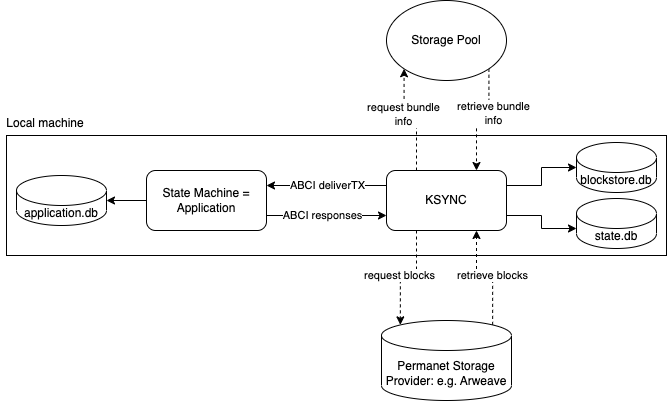
Earlier version of the draw.io export assets/db_sync.png (KYVENetwork/ksync). Source tidied: cells renumbered, new cells last; positions are measured from the earlier drawing's top-left corner, leaving out a move shared by most shapes. Source of this version:
```xml
<mxGraphModel>
  <root>
    <mxCell id="0" />
    <mxCell id="1" parent="0" />
    <mxCell id="2" style="rounded=0;whiteSpace=wrap;html=1;" parent="1" vertex="1">
      <mxGeometry x="6" y="135" width="660" height="120" as="geometry" />
    </mxCell>
    <mxCell id="3" style="edgeStyle=orthogonalEdgeStyle;rounded=0;jettySize=auto;html=1;exitX=1;exitY=0.75;exitDx=0;exitDy=0;entryX=0;entryY=0.75;entryDx=0;entryDy=0;" parent="1" edge="1" source="6" target="15">
      <mxGeometry relative="1" as="geometry" />
    </mxCell>
    <mxCell id="4" value="ABCI responses" style="edgeLabel;html=1;align=center;verticalAlign=middle;" parent="3" vertex="1">
      <mxGeometry x="-0.08" y="3" relative="1" as="geometry">
        <mxPoint y="2" as="offset" />
      </mxGeometry>
    </mxCell>
    <mxCell id="5" style="edgeStyle=orthogonalEdgeStyle;rounded=0;jettySize=auto;html=1;exitX=0;exitY=0.5;exitDx=0;exitDy=0;entryX=1;entryY=0.5;entryDx=0;entryDy=0;entryPerimeter=0;" parent="1" edge="1" source="6" target="25">
      <mxGeometry relative="1" as="geometry" />
    </mxCell>
    <mxCell id="6" value="State Machine = Application" style="rounded=1;whiteSpace=wrap;html=1;" parent="1" vertex="1">
      <mxGeometry x="146" y="170" width="120" height="60" as="geometry" />
    </mxCell>
    <mxCell id="7" style="edgeStyle=orthogonalEdgeStyle;rounded=0;jettySize=auto;html=1;exitX=0;exitY=0.25;exitDx=0;exitDy=0;entryX=1;entryY=0.25;entryDx=0;entryDy=0;" parent="1" edge="1" source="15" target="6">
      <mxGeometry relative="1" as="geometry" />
    </mxCell>
    <mxCell id="8" value="ABCI deliverTX" style="edgeLabel;html=1;align=center;verticalAlign=middle;" parent="7" vertex="1">
      <mxGeometry x="0.28" y="-1" relative="1" as="geometry">
        <mxPoint x="17" as="offset" />
      </mxGeometry>
    </mxCell>
    <mxCell id="9" style="edgeStyle=orthogonalEdgeStyle;rounded=0;jettySize=auto;html=1;exitX=0.25;exitY=1;exitDx=0;exitDy=0;entryX=0.145;entryY=0;entryDx=0;entryDy=4.35;entryPerimeter=0;dashed=1;" parent="1" edge="1" source="15" target="18">
      <mxGeometry relative="1" as="geometry" />
    </mxCell>
    <mxCell id="10" value="request blocks" style="edgeLabel;html=1;align=center;verticalAlign=middle;" parent="9" vertex="1">
      <mxGeometry x="-0.01" y="-1" relative="1" as="geometry">
        <mxPoint x="-8" as="offset" />
      </mxGeometry>
    </mxCell>
    <mxCell id="11" style="edgeStyle=orthogonalEdgeStyle;rounded=0;jettySize=auto;html=1;exitX=0.25;exitY=0;exitDx=0;exitDy=0;entryX=0;entryY=1;entryDx=0;entryDy=0;dashed=1;" parent="1" edge="1" source="15" target="21">
      <mxGeometry relative="1" as="geometry" />
    </mxCell>
    <mxCell id="12" value="request bundle&lt;br&gt;info" style="edgeLabel;html=1;align=center;verticalAlign=middle;" parent="11" vertex="1">
      <mxGeometry x="-0.05" y="-1" relative="1" as="geometry">
        <mxPoint x="-4" y="-11" as="offset" />
      </mxGeometry>
    </mxCell>
    <mxCell id="13" style="edgeStyle=orthogonalEdgeStyle;rounded=0;jettySize=auto;html=1;exitX=1;exitY=0.25;exitDx=0;exitDy=0;entryX=0;entryY=0.5;entryDx=0;entryDy=0;entryPerimeter=0;" parent="1" edge="1" source="15" target="23">
      <mxGeometry relative="1" as="geometry" />
    </mxCell>
    <mxCell id="14" style="edgeStyle=orthogonalEdgeStyle;rounded=0;jettySize=auto;html=1;exitX=1;exitY=0.75;exitDx=0;exitDy=0;entryX=0;entryY=0;entryDx=0;entryDy=30;entryPerimeter=0;" parent="1" edge="1" source="15" target="24">
      <mxGeometry relative="1" as="geometry" />
    </mxCell>
    <mxCell id="15" value="KSYNC" style="rounded=1;whiteSpace=wrap;html=1;" parent="1" vertex="1">
      <mxGeometry x="386" y="170" width="120" height="60" as="geometry" />
    </mxCell>
    <mxCell id="16" style="edgeStyle=orthogonalEdgeStyle;rounded=0;jettySize=auto;html=1;exitX=0.855;exitY=0;exitDx=0;exitDy=4.35;exitPerimeter=0;entryX=0.75;entryY=1;entryDx=0;entryDy=0;dashed=1;" parent="1" edge="1" source="18" target="15">
      <mxGeometry relative="1" as="geometry" />
    </mxCell>
    <mxCell id="17" value="retrieve blocks" style="edgeLabel;html=1;align=center;verticalAlign=middle;" parent="16" vertex="1">
      <mxGeometry x="0.04" y="-1" relative="1" as="geometry">
        <mxPoint x="7" as="offset" />
      </mxGeometry>
    </mxCell>
    <mxCell id="18" value="Permanet Storage Provider: e.g. Arweave" style="shape=cylinder3;whiteSpace=wrap;html=1;boundedLbl=1;backgroundOutline=1;size=15;" parent="1" vertex="1">
      <mxGeometry x="381" y="320" width="130" height="80" as="geometry" />
    </mxCell>
    <mxCell id="19" style="edgeStyle=orthogonalEdgeStyle;rounded=0;jettySize=auto;html=1;exitX=1;exitY=1;exitDx=0;exitDy=0;entryX=0.75;entryY=0;entryDx=0;entryDy=0;dashed=1;" parent="1" edge="1" source="21" target="15">
      <mxGeometry relative="1" as="geometry" />
    </mxCell>
    <mxCell id="20" value="retrieve bundle&lt;br&gt;info" style="edgeLabel;html=1;align=center;verticalAlign=middle;" parent="19" vertex="1">
      <mxGeometry x="-0.1" y="-3" relative="1" as="geometry">
        <mxPoint x="7" y="-7" as="offset" />
      </mxGeometry>
    </mxCell>
    <mxCell id="21" value="Storage Pool" style="ellipse;whiteSpace=wrap;html=1;" parent="1" vertex="1">
      <mxGeometry x="386" width="120" height="80" as="geometry" />
    </mxCell>
    <mxCell id="22" value="Local machine" style="text;html=1;strokeColor=none;fillColor=none;align=center;verticalAlign=middle;whiteSpace=wrap;rounded=0;" parent="1" vertex="1">
      <mxGeometry y="108" width="90" height="30" as="geometry" />
    </mxCell>
    <mxCell id="23" value="blockstore.db" style="shape=cylinder3;whiteSpace=wrap;html=1;boundedLbl=1;backgroundOutline=1;size=15;" parent="1" vertex="1">
      <mxGeometry x="576" y="142" width="80" height="50" as="geometry" />
    </mxCell>
    <mxCell id="24" value="state.db" style="shape=cylinder3;whiteSpace=wrap;html=1;boundedLbl=1;backgroundOutline=1;size=15;" parent="1" vertex="1">
      <mxGeometry x="576" y="198" width="80" height="50" as="geometry" />
    </mxCell>
    <mxCell id="25" value="application.db" style="shape=cylinder3;whiteSpace=wrap;html=1;boundedLbl=1;backgroundOutline=1;size=15;" parent="1" vertex="1">
      <mxGeometry x="16" y="175" width="90" height="50" as="geometry" />
    </mxCell>
  </root>
</mxGraphModel>
```
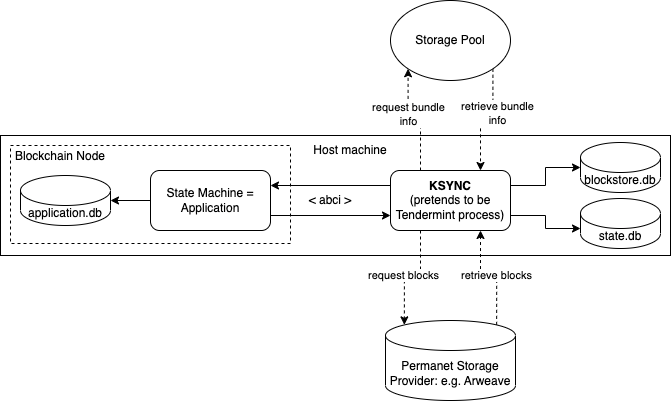
Later version of the same file.

Commit message:
updated architecture diagrams

What changed in the source:
```diff
@@ -3,88 +3,87 @@
     <mxCell id="0" />
     <mxCell id="1" parent="0" />
     <mxCell id="2" style="rounded=0;whiteSpace=wrap;html=1;" parent="1" vertex="1">
-      <mxGeometry x="6" y="135" width="660" height="120" as="geometry" />
+      <mxGeometry x="-4" y="135" width="670" height="120" as="geometry" />
     </mxCell>
-    <mxCell id="3" style="edgeStyle=orthogonalEdgeStyle;rounded=0;jettySize=auto;html=1;exitX=1;exitY=0.75;exitDx=0;exitDy=0;entryX=0;entryY=0.75;entryDx=0;entryDy=0;" parent="1" edge="1" source="6" target="15">
+    <mxCell id="3" style="edgeStyle=orthogonalEdgeStyle;rounded=0;jettySize=auto;html=1;exitX=1;exitY=0.75;exitDx=0;exitDy=0;entryX=0;entryY=0.75;entryDx=0;entryDy=0;" parent="1" edge="1" source="5" target="13">
       <mxGeometry relative="1" as="geometry" />
     </mxCell>
-    <mxCell id="4" value="ABCI responses" style="edgeLabel;html=1;align=center;verticalAlign=middle;" parent="3" vertex="1">
-      <mxGeometry x="-0.08" y="3" relative="1" as="geometry">
-        <mxPoint y="2" as="offset" />
-      </mxGeometry>
+    <mxCell id="4" style="edgeStyle=orthogonalEdgeStyle;rounded=0;jettySize=auto;html=1;exitX=0;exitY=0.5;exitDx=0;exitDy=0;entryX=1;entryY=0.5;entryDx=0;entryDy=0;entryPerimeter=0;" parent="1" edge="1" source="5" target="23">
+      <mxGeometry relative="1" as="geometry" />
     </mxCell>
-    <mxCell id="5" style="edgeStyle=orthogonalEdgeStyle;rounded=0;jettySize=auto;html=1;exitX=0;exitY=0.5;exitDx=0;exitDy=0;entryX=1;entryY=0.5;entryDx=0;entryDy=0;entryPerimeter=0;" parent="1" edge="1" source="6" target="25">
-      <mxGeometry relative="1" as="geometry" />
+    <mxCell id="5" value="State Machine = Application" style="rounded=1;whiteSpace=wrap;html=1;" parent="1" vertex="1">
+      <mxGeometry x="146" y="170" width="120" height="60" as="geometry" />
     </mxCell>
-    <mxCell id="6" value="State Machine = Application" style="rounded=1;whiteSpace=wrap;html=1;" parent="1" vertex="1">
-      <mxGeometry x="146" y="170" width="120" height="60" as="geometry" />
+    <mxCell id="6" style="edgeStyle=orthogonalEdgeStyle;rounded=0;jettySize=auto;html=1;exitX=0;exitY=0.25;exitDx=0;exitDy=0;entryX=1;entryY=0.25;entryDx=0;entryDy=0;" parent="1" edge="1" source="13" target="5">
+      <mxGeometry relative="1" as="geometry" />
     </mxCell>
-    <mxCell id="7" style="edgeStyle=orthogonalEdgeStyle;rounded=0;jettySize=auto;html=1;exitX=0;exitY=0.25;exitDx=0;exitDy=0;entryX=1;entryY=0.25;entryDx=0;entryDy=0;" parent="1" edge="1" source="15" target="6">
+    <mxCell id="7" style="edgeStyle=orthogonalEdgeStyle;rounded=0;jettySize=auto;html=1;exitX=0.25;exitY=1;exitDx=0;exitDy=0;entryX=0.145;entryY=0;entryDx=0;entryDy=4.35;entryPerimeter=0;dashed=1;" parent="1" edge="1" source="13" target="16">
       <mxGeometry relative="1" as="geometry" />
     </mxCell>
-    <mxCell id="8" value="ABCI deliverTX" style="edgeLabel;html=1;align=center;verticalAlign=middle;" parent="7" vertex="1">
-      <mxGeometry x="0.28" y="-1" relative="1" as="geometry">
-        <mxPoint x="17" as="offset" />
+    <mxCell id="8" value="request blocks" style="edgeLabel;html=1;align=center;verticalAlign=middle;" parent="7" vertex="1">
+      <mxGeometry x="-0.01" y="-1" relative="1" as="geometry">
+        <mxPoint x="-8" as="offset" />
       </mxGeometry>
     </mxCell>
-    <mxCell id="9" style="edgeStyle=orthogonalEdgeStyle;rounded=0;jettySize=auto;html=1;exitX=0.25;exitY=1;exitDx=0;exitDy=0;entryX=0.145;entryY=0;entryDx=0;entryDy=4.35;entryPerimeter=0;dashed=1;" parent="1" edge="1" source="15" target="18">
+    <mxCell id="9" style="edgeStyle=orthogonalEdgeStyle;rounded=0;jettySize=auto;html=1;exitX=0.25;exitY=0;exitDx=0;exitDy=0;entryX=0;entryY=1;entryDx=0;entryDy=0;dashed=1;" parent="1" edge="1" source="13" target="19">
       <mxGeometry relative="1" as="geometry" />
     </mxCell>
-    <mxCell id="10" value="request blocks" style="edgeLabel;html=1;align=center;verticalAlign=middle;" parent="9" vertex="1">
-      <mxGeometry x="-0.01" y="-1" relative="1" as="geometry">
-        <mxPoint x="-8" as="offset" />
+    <mxCell id="10" value="request bundle&lt;br&gt;info" style="edgeLabel;html=1;align=center;verticalAlign=middle;" parent="9" vertex="1">
+      <mxGeometry x="-0.05" y="-1" relative="1" as="geometry">
+        <mxPoint x="-4" y="-11" as="offset" />
       </mxGeometry>
     </mxCell>
-    <mxCell id="11" style="edgeStyle=orthogonalEdgeStyle;rounded=0;jettySize=auto;html=1;exitX=0.25;exitY=0;exitDx=0;exitDy=0;entryX=0;entryY=1;entryDx=0;entryDy=0;dashed=1;" parent="1" edge="1" source="15" target="21">
+    <mxCell id="11" style="edgeStyle=orthogonalEdgeStyle;rounded=0;jettySize=auto;html=1;exitX=1;exitY=0.25;exitDx=0;exitDy=0;entryX=0;entryY=0.5;entryDx=0;entryDy=0;entryPerimeter=0;" parent="1" edge="1" source="13" target="21">
       <mxGeometry relative="1" as="geometry" />
     </mxCell>
-    <mxCell id="12" value="request bundle&lt;br&gt;info" style="edgeLabel;html=1;align=center;verticalAlign=middle;" parent="11" vertex="1">
-      <mxGeometry x="-0.05" y="-1" relative="1" as="geometry">
-        <mxPoint x="-4" y="-11" as="offset" />
-      </mxGeometry>
+    <mxCell id="12" style="edgeStyle=orthogonalEdgeStyle;rounded=0;jettySize=auto;html=1;exitX=1;exitY=0.75;exitDx=0;exitDy=0;entryX=0;entryY=0;entryDx=0;entryDy=30;entryPerimeter=0;" parent="1" edge="1" source="13" target="22">
+      <mxGeometry relative="1" as="geometry" />
     </mxCell>
-    <mxCell id="13" style="edgeStyle=orthogonalEdgeStyle;rounded=0;jettySize=auto;html=1;exitX=1;exitY=0.25;exitDx=0;exitDy=0;entryX=0;entryY=0.5;entryDx=0;entryDy=0;entryPerimeter=0;" parent="1" edge="1" source="15" target="23">
-      <mxGeometry relative="1" as="geometry" />
+    <mxCell id="13" value="&lt;b&gt;KSYNC&lt;/b&gt;&lt;br&gt;(pretends to be Tendermint process)" style="rounded=1;whiteSpace=wrap;html=1;" parent="1" vertex="1">
+      <mxGeometry x="386" y="170" width="120" height="60" as="geometry" />
     </mxCell>
-    <mxCell id="14" style="edgeStyle=orthogonalEdgeStyle;rounded=0;jettySize=auto;html=1;exitX=1;exitY=0.75;exitDx=0;exitDy=0;entryX=0;entryY=0;entryDx=0;entryDy=30;entryPerimeter=0;" parent="1" edge="1" source="15" target="24">
+    <mxCell id="14" style="edgeStyle=orthogonalEdgeStyle;rounded=0;jettySize=auto;html=1;exitX=0.855;exitY=0;exitDx=0;exitDy=4.35;exitPerimeter=0;entryX=0.75;entryY=1;entryDx=0;entryDy=0;dashed=1;" parent="1" edge="1" source="16" target="13">
       <mxGeometry relative="1" as="geometry" />
     </mxCell>
-    <mxCell id="15" value="KSYNC" style="rounded=1;whiteSpace=wrap;html=1;" parent="1" vertex="1">
-      <mxGeometry x="386" y="170" width="120" height="60" as="geometry" />
+    <mxCell id="15" value="retrieve blocks" style="edgeLabel;html=1;align=center;verticalAlign=middle;points=[];" parent="14" vertex="1">
+      <mxGeometry x="0.04" y="-1" relative="1" as="geometry">
+        <mxPoint x="7" as="offset" />
+      </mxGeometry>
     </mxCell>
-    <mxCell id="16" style="edgeStyle=orthogonalEdgeStyle;rounded=0;jettySize=auto;html=1;exitX=0.855;exitY=0;exitDx=0;exitDy=4.35;exitPerimeter=0;entryX=0.75;entryY=1;entryDx=0;entryDy=0;dashed=1;" parent="1" edge="1" source="18" target="15">
-      <mxGeometry relative="1" as="geometry" />
+    <mxCell id="16" value="Permanet Storage Provider: e.g. Arweave" style="shape=cylinder3;whiteSpace=wrap;html=1;boundedLbl=1;backgroundOutline=1;size=15;" parent="1" vertex="1">
+      <mxGeometry x="381" y="320" width="130" height="80" as="geometry" />
     </mxCell>
-    <mxCell id="17" value="retrieve blocks" style="edgeLabel;html=1;align=center;verticalAlign=middle;" parent="16" vertex="1">
-      <mxGeometry x="0.04" y="-1" relative="1" as="geometry">
-        <mxPoint x="7" as="offset" />
-      </mxGeometry>
+    <mxCell id="17" style="edgeStyle=orthogonalEdgeStyle;rounded=0;jettySize=auto;html=1;exitX=1;exitY=1;exitDx=0;exitDy=0;entryX=0.75;entryY=0;entryDx=0;entryDy=0;dashed=1;" parent="1" edge="1" source="19" target="13">
+      <mxGeometry relative="1" as="geometry" />
     </mxCell>
-    <mxCell id="18" value="Permanet Storage Provider: e.g. Arweave" style="shape=cylinder3;whiteSpace=wrap;html=1;boundedLbl=1;backgroundOutline=1;size=15;" parent="1" vertex="1">
-      <mxGeometry x="381" y="320" width="130" height="80" as="geometry" />
+    <mxCell id="18" value="retrieve bundle&lt;br&gt;info" style="edgeLabel;html=1;align=center;verticalAlign=middle;points=[];" parent="17" vertex="1">
+      <mxGeometry x="-0.1" y="-3" relative="1" as="geometry">
+        <mxPoint x="7" y="-7" as="offset" />
+      </mxGeometry>
     </mxCell>
-    <mxCell id="19" style="edgeStyle=orthogonalEdgeStyle;rounded=0;jettySize=auto;html=1;exitX=1;exitY=1;exitDx=0;exitDy=0;entryX=0.75;entryY=0;entryDx=0;entryDy=0;dashed=1;" parent="1" edge="1" source="21" target="15">
-      <mxGeometry relative="1" as="geometry" />
+    <mxCell id="19" value="Storage Pool" style="ellipse;whiteSpace=wrap;html=1;" parent="1" vertex="1">
+      <mxGeometry x="386" width="120" height="80" as="geometry" />
     </mxCell>
-    <mxCell id="20" value="retrieve bundle&lt;br&gt;info" style="edgeLabel;html=1;align=center;verticalAlign=middle;" parent="19" vertex="1">
-      <mxGeometry x="-0.1" y="-3" relative="1" as="geometry">
-        <mxPoint x="7" y="-7" as="offset" />
-      </mxGeometry>
+    <mxCell id="20" value="Host machine" style="text;html=1;strokeColor=none;fillColor=none;align=center;verticalAlign=middle;whiteSpace=wrap;rounded=0;" parent="1" vertex="1">
+      <mxGeometry x="301" y="135" width="90" height="30" as="geometry" />
     </mxCell>
-    <mxCell id="21" value="Storage Pool" style="ellipse;whiteSpace=wrap;html=1;" parent="1" vertex="1">
-      <mxGeometry x="386" width="120" height="80" as="geometry" />
+    <mxCell id="21" value="blockstore.db" style="shape=cylinder3;whiteSpace=wrap;html=1;boundedLbl=1;backgroundOutline=1;size=15;" parent="1" vertex="1">
+      <mxGeometry x="576" y="142" width="80" height="50" as="geometry" />
     </mxCell>
-    <mxCell id="22" value="Local machine" style="text;html=1;strokeColor=none;fillColor=none;align=center;verticalAlign=middle;whiteSpace=wrap;rounded=0;" parent="1" vertex="1">
-      <mxGeometry y="108" width="90" height="30" as="geometry" />
+    <mxCell id="22" value="state.db" style="shape=cylinder3;whiteSpace=wrap;html=1;boundedLbl=1;backgroundOutline=1;size=15;" parent="1" vertex="1">
+      <mxGeometry x="576" y="198" width="80" height="50" as="geometry" />
     </mxCell>
-    <mxCell id="23" value="blockstore.db" style="shape=cylinder3;whiteSpace=wrap;html=1;boundedLbl=1;backgroundOutline=1;size=15;" parent="1" vertex="1">
-      <mxGeometry x="576" y="142" width="80" height="50" as="geometry" />
+    <mxCell id="23" value="application.db" style="shape=cylinder3;whiteSpace=wrap;html=1;boundedLbl=1;backgroundOutline=1;size=15;" parent="1" vertex="1">
+      <mxGeometry x="16" y="175" width="90" height="50" as="geometry" />
     </mxCell>
-    <mxCell id="24" value="state.db" style="shape=cylinder3;whiteSpace=wrap;html=1;boundedLbl=1;backgroundOutline=1;size=15;" parent="1" vertex="1">
-      <mxGeometry x="576" y="198" width="80" height="50" as="geometry" />
+    <mxCell id="24" value="&amp;lt; abci &amp;gt;" style="text;html=1;strokeColor=none;fillColor=none;align=center;verticalAlign=middle;whiteSpace=wrap;rounded=0;" parent="1" vertex="1">
+      <mxGeometry x="296" y="185" width="60" height="30" as="geometry" />
     </mxCell>
-    <mxCell id="25" value="application.db" style="shape=cylinder3;whiteSpace=wrap;html=1;boundedLbl=1;backgroundOutline=1;size=15;" parent="1" vertex="1">
-      <mxGeometry x="16" y="175" width="90" height="50" as="geometry" />
+    <mxCell id="25" style="rounded=0;whiteSpace=wrap;html=1;fillColor=none;dashed=1;" parent="1" vertex="1">
+      <mxGeometry x="6" y="145" width="280" height="98" as="geometry" />
     </mxCell>
+    <mxCell id="26" value="Blockchain Node" style="text;html=1;strokeColor=none;fillColor=none;align=center;verticalAlign=middle;whiteSpace=wrap;rounded=0;" parent="1" vertex="1">
+      <mxGeometry x="6" y="141" width="100" height="30" as="geometry" />
+    </mxCell>
   </root>
 </mxGraphModel>
```
